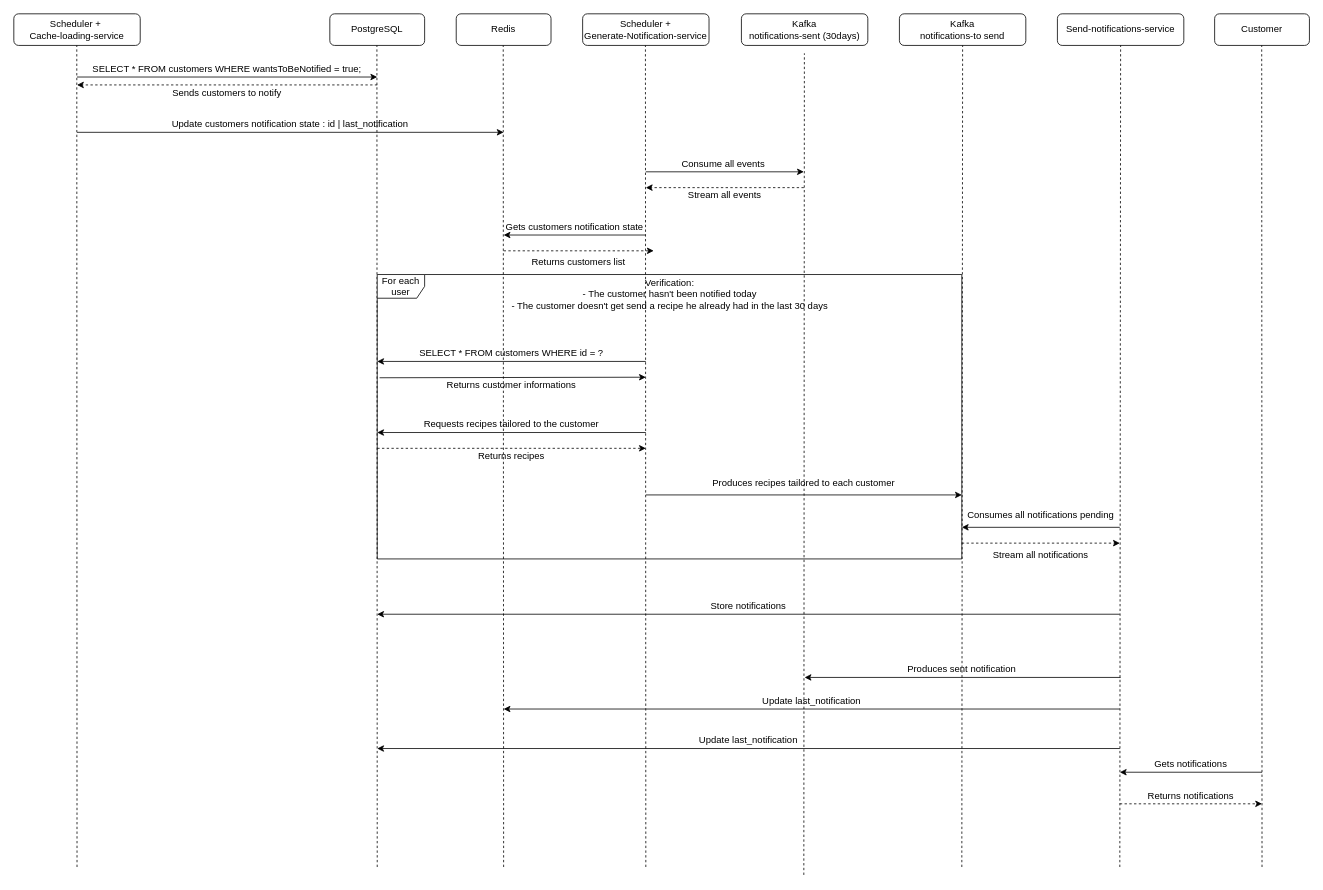
Above: docs/diagramme_de_sequence_notification_recettes.drawio in benaissa6449/EPISAINE-ING3 (draw.io), before the change. Source tidied: cells renumbered, new cells numbered last; positions are measured from the earlier drawing's top-left corner, leaving out a move shared by most shapes. Both pictures are drawn from the tidied source at 79%, with x=0, y=0 at pixel (13, 13).
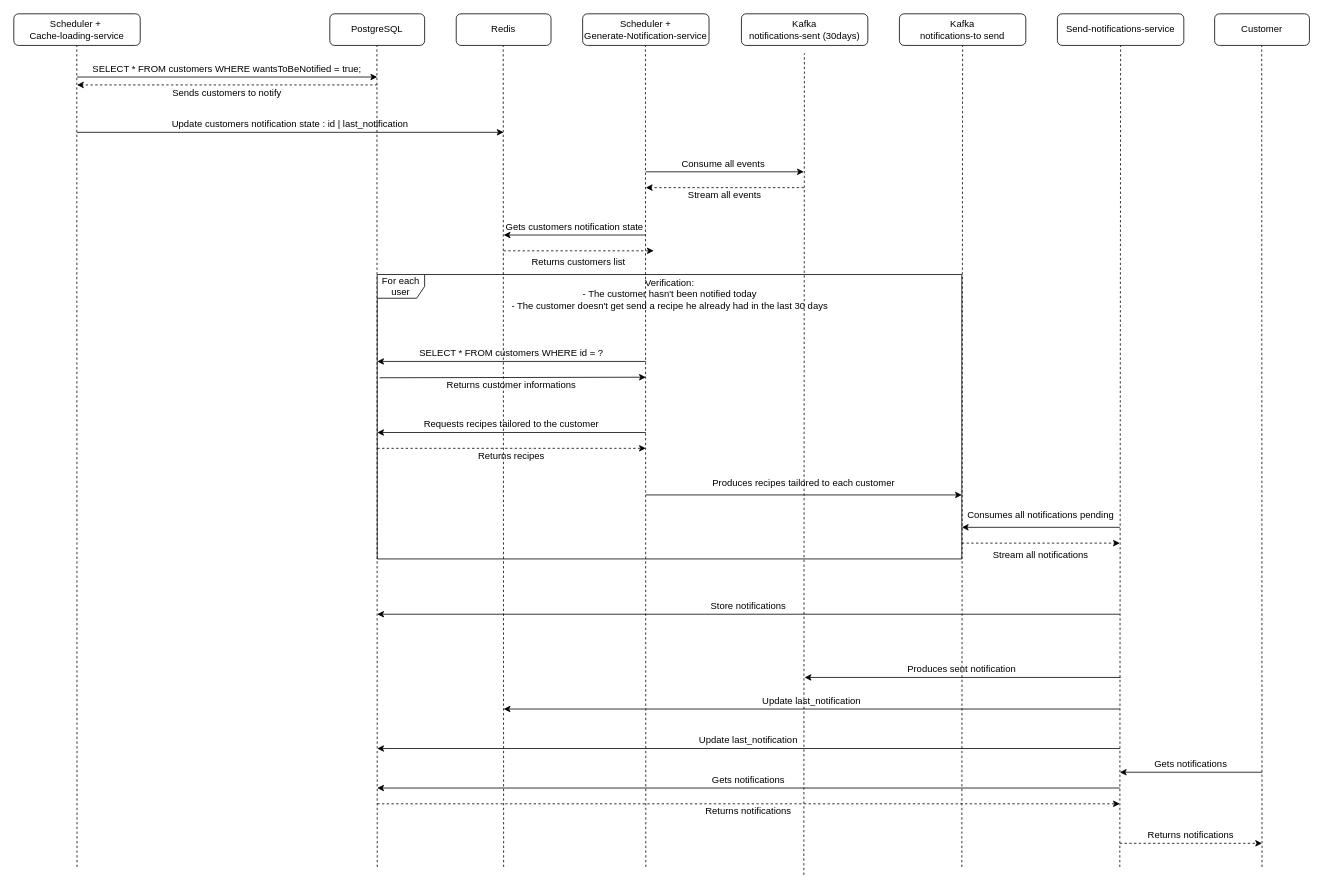
Above is the later version.

What changed in the source:
```diff
@@
     <mxCell id="56" style="endArrow=classic;html=1;rounded=0;dashed=1;" parent="1" edge="1">
       <mxGeometry relative="1" as="geometry">
-        <mxPoint x="1400" y="1000" as="sourcePoint" />
-        <mxPoint x="1580" y="1000" as="targetPoint" />
+        <mxPoint x="1400" y="1050" as="sourcePoint" />
+        <mxPoint x="1580" y="1050" as="targetPoint" />
       </mxGeometry>
     </mxCell>
     <mxCell id="57" value="Returns notifications" style="text;html=1;whiteSpace=wrap;strokeColor=none;fillColor=none;align=center;verticalAlign=middle;rounded=0;" parent="1" vertex="1">
-      <mxGeometry x="1400" y="980" width="180" height="20" as="geometry" />
+      <mxGeometry x="1400" y="1030" width="180" height="20" as="geometry" />
     </mxCell>
@@
+    <mxCell id="60" style="endArrow=classic;html=1;rounded=0;" parent="1" edge="1">
+      <mxGeometry relative="1" as="geometry">
+        <mxPoint x="1400" y="980" as="sourcePoint" />
+        <mxPoint x="460" y="980" as="targetPoint" />
+      </mxGeometry>
+    </mxCell>
+    <mxCell id="61" value="Gets notifications" style="text;html=1;whiteSpace=wrap;strokeColor=none;fillColor=none;align=center;verticalAlign=middle;rounded=0;" parent="1" vertex="1">
+      <mxGeometry x="460" y="960" width="940" height="20" as="geometry" />
+    </mxCell>
+    <mxCell id="62" style="endArrow=classic;html=1;rounded=0;dashed=1;" parent="1" edge="1">
+      <mxGeometry relative="1" as="geometry">
+        <mxPoint x="460" y="1000" as="sourcePoint" />
+        <mxPoint x="1400" y="1000" as="targetPoint" />
+      </mxGeometry>
+    </mxCell>
+    <mxCell id="63" value="Returns notifications" style="text;html=1;whiteSpace=wrap;strokeColor=none;fillColor=none;align=center;verticalAlign=middle;rounded=0;" parent="1" vertex="1">
+      <mxGeometry x="460" y="1000" width="940" height="20" as="geometry" />
+    </mxCell>
```
